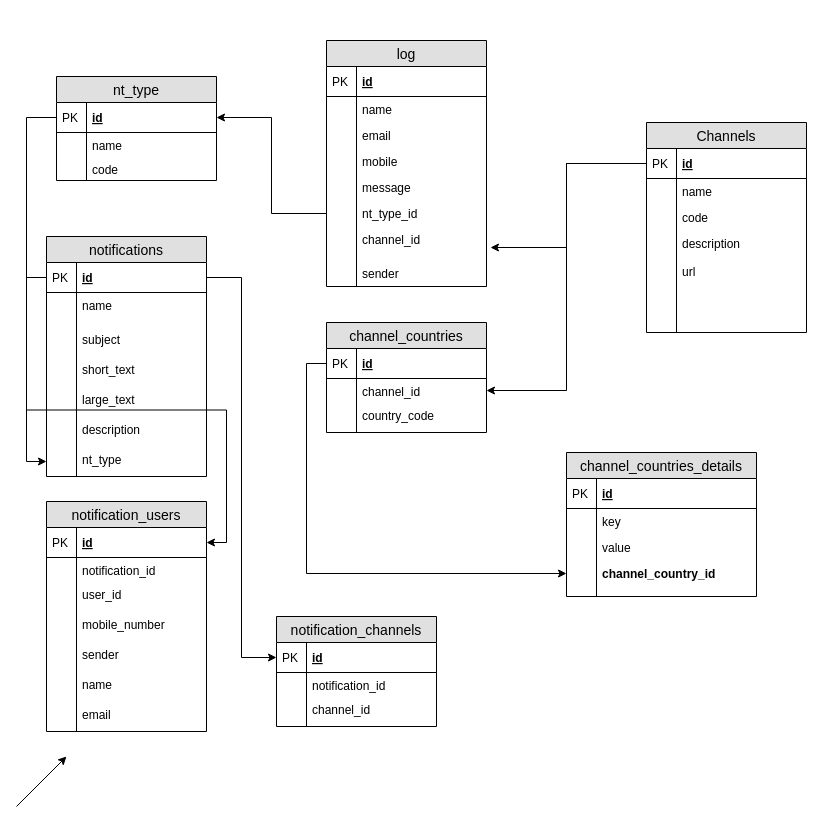
The draw.io diagram notification.drawio in abdonor/drawings, before the edit. Source tidied: cells renumbered, new cells numbered last; positions are measured from the earlier drawing's top-left corner, leaving out a move shared by most shapes. Both pictures are drawn from the tidied source at 100%, with x=0, y=0 at pixel (16, 40).
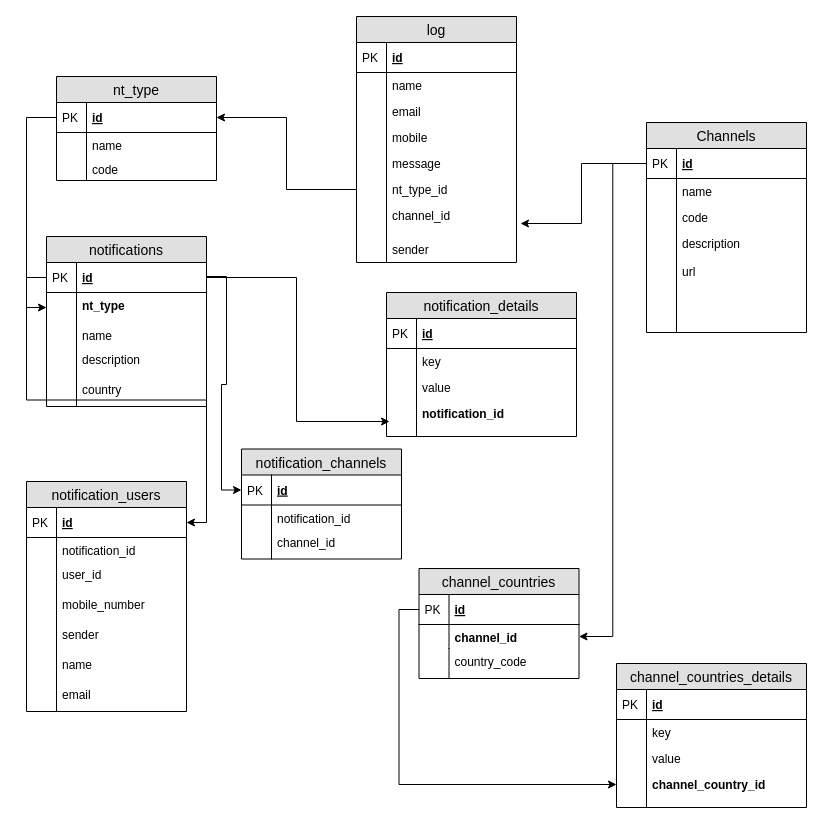
After the change.

The change refers to these unchanged cells:
```xml
<mxCell id="40" value="id" style="shape=partialRectangle;top=0;left=0;right=0;bottom=1;align=left;verticalAlign=middle;fillColor=none;spacingLeft=34;spacingRight=4;overflow=hidden;points=[[0,0.5],[1,0.5]];portConstraint=eastwest;fontStyle=5;fontSize=12;" parent="39" vertex="1">
  <mxGeometry y="26" width="160" height="30" as="geometry" />
</mxCell>
```

The edit, as a diff of the source:
```diff
@@
     <mxCell id="20" value="log" style="swimlane;fontStyle=0;horizontal=1;startSize=26;fillColor=#e0e0e0;swimlaneFillColor=#ffffff;align=center;fontSize=14;" parent="1" vertex="1">
-      <mxGeometry x="310" width="160" height="246" as="geometry" />
+      <mxGeometry x="340" y="-24" width="160" height="246" as="geometry" />
     </mxCell>
@@
     <mxCell id="39" value="notifications" style="swimlane;fontStyle=0;horizontal=1;startSize=26;fillColor=#e0e0e0;swimlaneFillColor=#ffffff;align=center;fontSize=14;" parent="1" vertex="1">
-      <mxGeometry x="30" y="196" width="160" height="240" as="geometry" />
+      <mxGeometry x="30" y="196" width="160" height="170" as="geometry" />
     </mxCell>
@@
+    <mxCell id="54" value="nt_type&#10;" style="shape=partialRectangle;top=0;left=0;right=0;bottom=0;align=left;verticalAlign=top;fillColor=none;spacingLeft=34;spacingRight=4;overflow=hidden;points=[[0,0.5],[1,0.5]];portConstraint=eastwest;fontSize=12;fontStyle=1;" parent="39" vertex="1">
+      <mxGeometry y="56" width="160" height="30" as="geometry" />
+    </mxCell>
+    <mxCell id="55" style="shape=partialRectangle;top=0;left=0;bottom=0;fillColor=none;align=left;verticalAlign=top;spacingLeft=4;spacingRight=4;overflow=hidden;fontSize=12;" parent="54" vertex="1">
+      <mxGeometry width="30" height="30" as="geometry" />
+    </mxCell>
     <mxCell id="42" value="name&#10;" style="shape=partialRectangle;top=0;left=0;right=0;bottom=0;align=left;verticalAlign=top;fillColor=none;spacingLeft=34;spacingRight=4;overflow=hidden;fontSize=12;" parent="39" vertex="1">
-      <mxGeometry y="56" width="160" height="24" as="geometry" />
+      <mxGeometry y="86" width="160" height="24" as="geometry" />
     </mxCell>
@@
+    <mxCell id="52" value="description&#10;" style="shape=partialRectangle;top=0;left=0;right=0;bottom=0;align=left;verticalAlign=top;fillColor=none;spacingLeft=34;spacingRight=4;overflow=hidden;fontSize=12;" parent="39" vertex="1">
+      <mxGeometry y="110" width="160" height="20" as="geometry" />
+    </mxCell>
+    <mxCell id="53" style="shape=partialRectangle;top=0;left=0;bottom=0;fillColor=none;align=left;verticalAlign=top;spacingLeft=4;spacingRight=4;overflow=hidden;fontSize=12;" parent="52" vertex="1">
+      <mxGeometry width="30" height="20" as="geometry" />
+    </mxCell>
     <mxCell id="44" style="shape=partialRectangle;top=0;left=0;right=0;bottom=0;align=left;verticalAlign=top;fillColor=none;spacingLeft=34;spacingRight=4;overflow=hidden;fontSize=12;" parent="39" vertex="1">
-      <mxGeometry y="80" width="160" height="10" as="geometry" />
+      <mxGeometry y="130" width="160" height="10" as="geometry" />
     </mxCell>
@@
-    <mxCell id="46" value="subject&#10;" style="shape=partialRectangle;top=0;left=0;right=0;bottom=0;align=left;verticalAlign=top;fillColor=none;spacingLeft=34;spacingRight=4;overflow=hidden;fontSize=12;" parent="39" vertex="1">
-      <mxGeometry y="90" width="160" height="30" as="geometry" />
-    </mxCell>
-    <mxCell id="47" style="shape=partialRectangle;top=0;left=0;bottom=0;fillColor=none;align=left;verticalAlign=top;spacingLeft=4;spacingRight=4;overflow=hidden;fontSize=12;" parent="46" vertex="1">
-      <mxGeometry width="30" height="30" as="geometry" />
-    </mxCell>
-    <mxCell id="48" value="short_text&#10;" style="shape=partialRectangle;top=0;left=0;right=0;bottom=0;align=left;verticalAlign=top;fillColor=none;spacingLeft=34;spacingRight=4;overflow=hidden;fontSize=12;" parent="39" vertex="1">
-      <mxGeometry y="120" width="160" height="30" as="geometry" />
-    </mxCell>
-    <mxCell id="49" style="shape=partialRectangle;top=0;left=0;bottom=0;fillColor=none;align=left;verticalAlign=top;spacingLeft=4;spacingRight=4;overflow=hidden;fontSize=12;" parent="48" vertex="1">
-      <mxGeometry width="30" height="30" as="geometry" />
-    </mxCell>
-    <mxCell id="50" value="large_text&#10;" style="shape=partialRectangle;top=0;left=0;right=0;bottom=0;align=left;verticalAlign=top;fillColor=none;spacingLeft=34;spacingRight=4;overflow=hidden;fontSize=12;" parent="39" vertex="1">
-      <mxGeometry y="150" width="160" height="30" as="geometry" />
-    </mxCell>
-    <mxCell id="51" style="shape=partialRectangle;top=0;left=0;bottom=0;fillColor=none;align=left;verticalAlign=top;spacingLeft=4;spacingRight=4;overflow=hidden;fontSize=12;" parent="50" vertex="1">
-      <mxGeometry width="30" height="30" as="geometry" />
-    </mxCell>
-    <mxCell id="52" value="description&#10;" style="shape=partialRectangle;top=0;left=0;right=0;bottom=0;align=left;verticalAlign=top;fillColor=none;spacingLeft=34;spacingRight=4;overflow=hidden;fontSize=12;" parent="39" vertex="1">
-      <mxGeometry y="180" width="160" height="30" as="geometry" />
-    </mxCell>
-    <mxCell id="53" style="shape=partialRectangle;top=0;left=0;bottom=0;fillColor=none;align=left;verticalAlign=top;spacingLeft=4;spacingRight=4;overflow=hidden;fontSize=12;" parent="52" vertex="1">
-      <mxGeometry width="30" height="30" as="geometry" />
-    </mxCell>
-    <mxCell id="54" value="nt_type&#10;" style="shape=partialRectangle;top=0;left=0;right=0;bottom=0;align=left;verticalAlign=top;fillColor=none;spacingLeft=34;spacingRight=4;overflow=hidden;points=[[0,0.5],[1,0.5]];portConstraint=eastwest;fontSize=12;" parent="39" vertex="1">
-      <mxGeometry y="210" width="160" height="30" as="geometry" />
-    </mxCell>
-    <mxCell id="55" style="shape=partialRectangle;top=0;left=0;bottom=0;fillColor=none;align=left;verticalAlign=top;spacingLeft=4;spacingRight=4;overflow=hidden;fontSize=12;" parent="54" vertex="1">
-      <mxGeometry width="30" height="30" as="geometry" />
-    </mxCell>
+    <mxCell id="104" value="country" style="shape=partialRectangle;top=0;left=0;right=0;bottom=0;align=left;verticalAlign=top;fillColor=none;spacingLeft=34;spacingRight=4;overflow=hidden;fontSize=12;" parent="39" vertex="1">
+      <mxGeometry y="140" width="160" height="30" as="geometry" />
+    </mxCell>
+    <mxCell id="105" style="shape=partialRectangle;top=0;left=0;bottom=0;fillColor=none;align=left;verticalAlign=top;spacingLeft=4;spacingRight=4;overflow=hidden;fontSize=12;" parent="104" vertex="1">
+      <mxGeometry width="30" height="30" as="geometry" />
+    </mxCell>
     <mxCell id="56" value="channel_countries" style="swimlane;fontStyle=0;horizontal=1;startSize=26;fillColor=#e0e0e0;swimlaneFillColor=#ffffff;align=center;fontSize=14;" parent="1" vertex="1">
-      <mxGeometry x="310" y="282" width="160" height="110" as="geometry" />
+      <mxGeometry x="402.5" y="528" width="160" height="110" as="geometry" />
     </mxCell>
@@
-    <mxCell id="59" value="channel_id&#10;" style="shape=partialRectangle;top=0;left=0;right=0;bottom=0;align=left;verticalAlign=top;fillColor=none;spacingLeft=34;spacingRight=4;overflow=hidden;points=[[0,0.5],[1,0.5]];portConstraint=eastwest;fontSize=12;" parent="56" vertex="1">
+    <mxCell id="59" value="channel_id&#10;" style="shape=partialRectangle;top=0;left=0;right=0;bottom=0;align=left;verticalAlign=top;fillColor=none;spacingLeft=34;spacingRight=4;overflow=hidden;points=[[0,0.5],[1,0.5]];portConstraint=eastwest;fontSize=12;fontStyle=1;" parent="56" vertex="1">
       <mxGeometry y="56" width="160" height="24" as="geometry" />
     </mxCell>
@@
-    <mxCell id="63" value="notification_channels" style="swimlane;fontStyle=0;horizontal=1;startSize=26;fillColor=#e0e0e0;swimlaneFillColor=#ffffff;align=center;fontSize=14;" parent="1" vertex="1">
-      <mxGeometry x="260" y="576" width="160" height="110" as="geometry" />
-    </mxCell>
-    <mxCell id="64" value="id" style="shape=partialRectangle;top=0;left=0;right=0;bottom=1;align=left;verticalAlign=middle;fillColor=none;spacingLeft=34;spacingRight=4;overflow=hidden;points=[[0,0.5],[1,0.5]];portConstraint=eastwest;fontStyle=5;fontSize=12;" parent="63" vertex="1">
-      <mxGeometry y="26" width="160" height="30" as="geometry" />
-    </mxCell>
-    <mxCell id="65" value="PK" style="shape=partialRectangle;top=0;left=0;bottom=0;fillColor=none;align=left;verticalAlign=middle;spacingLeft=4;spacingRight=4;overflow=hidden;fontSize=12;" parent="64" vertex="1">
-      <mxGeometry width="30" height="30" as="geometry" />
-    </mxCell>
-    <mxCell id="66" value="notification_id&#10;" style="shape=partialRectangle;top=0;left=0;right=0;bottom=0;align=left;verticalAlign=top;fillColor=none;spacingLeft=34;spacingRight=4;overflow=hidden;fontSize=12;" parent="63" vertex="1">
-      <mxGeometry y="56" width="160" height="24" as="geometry" />
-    </mxCell>
-    <mxCell id="67" style="shape=partialRectangle;top=0;left=0;bottom=0;fillColor=none;align=left;verticalAlign=top;spacingLeft=4;spacingRight=4;overflow=hidden;fontSize=12;" parent="66" vertex="1">
-      <mxGeometry width="30" height="24" as="geometry" />
-    </mxCell>
-    <mxCell id="68" value="channel_id" style="shape=partialRectangle;top=0;left=0;right=0;bottom=0;align=left;verticalAlign=top;fillColor=none;spacingLeft=34;spacingRight=4;overflow=hidden;fontSize=12;" parent="63" vertex="1">
-      <mxGeometry y="80" width="160" height="30" as="geometry" />
-    </mxCell>
-    <mxCell id="69" style="shape=partialRectangle;top=0;left=0;bottom=0;fillColor=none;align=left;verticalAlign=top;spacingLeft=4;spacingRight=4;overflow=hidden;fontSize=12;" parent="68" vertex="1">
-      <mxGeometry width="30" height="30" as="geometry" />
-    </mxCell>
     <mxCell id="70" value="notification_users" style="swimlane;fontStyle=0;horizontal=1;startSize=26;fillColor=#e0e0e0;swimlaneFillColor=#ffffff;align=center;fontSize=14;" parent="1" vertex="1">
-      <mxGeometry x="30" y="461" width="160" height="230" as="geometry" />
+      <mxGeometry x="10" y="441" width="160" height="230" as="geometry" />
     </mxCell>
@@
     <mxCell id="90" style="edgeStyle=orthogonalEdgeStyle;rounded=0;jettySize=auto;html=1;exitX=1;exitY=0.5;exitDx=0;exitDy=0;entryX=0;entryY=0.5;entryDx=0;entryDy=0;" parent="1" edge="1" source="40" target="64">
-      <mxGeometry relative="1" as="geometry" />
+      <mxGeometry relative="1" as="geometry">
+        <Array as="points">
+          <mxPoint x="210" y="236" />
+          <mxPoint x="210" y="344" />
+          <mxPoint x="205" y="344" />
+          <mxPoint x="205" y="449" />
+        </Array>
+      </mxGeometry>
     </mxCell>
     <mxCell id="91" value="channel_countries_details" style="swimlane;fontStyle=0;horizontal=1;startSize=26;fillColor=#e0e0e0;swimlaneFillColor=#ffffff;align=center;fontSize=14;" parent="1" vertex="1">
-      <mxGeometry x="550" y="412" width="190" height="144" as="geometry" />
+      <mxGeometry x="600" y="623" width="190" height="144" as="geometry" />
     </mxCell>
@@
-    <mxCell id="102" style="endArrow=classic;html=1;" parent="1" edge="1">
-      <mxGeometry relative="1" as="geometry">
-        <mxPoint y="766" as="sourcePoint" />
-        <mxPoint x="50" y="716" as="targetPoint" />
-      </mxGeometry>
-    </mxCell>
@@
+    <mxCell id="106" value="notification_details" style="swimlane;fontStyle=0;horizontal=1;startSize=26;fillColor=#e0e0e0;swimlaneFillColor=#ffffff;align=center;fontSize=14;" parent="1" vertex="1">
+      <mxGeometry x="370" y="252" width="190" height="144" as="geometry" />
+    </mxCell>
+    <mxCell id="107" value="id" style="shape=partialRectangle;top=0;left=0;right=0;bottom=1;align=left;verticalAlign=middle;fillColor=none;spacingLeft=34;spacingRight=4;overflow=hidden;fontStyle=5;fontSize=12;" parent="106" vertex="1">
+      <mxGeometry y="26" width="190" height="30" as="geometry" />
+    </mxCell>
+    <mxCell id="108" value="PK" style="shape=partialRectangle;top=0;left=0;bottom=0;fillColor=none;align=left;verticalAlign=middle;spacingLeft=4;spacingRight=4;overflow=hidden;fontSize=12;" parent="107" vertex="1">
+      <mxGeometry width="30" height="30" as="geometry" />
+    </mxCell>
+    <mxCell id="109" value="key" style="shape=partialRectangle;top=0;left=0;right=0;bottom=0;align=left;verticalAlign=top;fillColor=none;spacingLeft=34;spacingRight=4;overflow=hidden;fontSize=12;" parent="106" vertex="1">
+      <mxGeometry y="56" width="190" height="26" as="geometry" />
+    </mxCell>
+    <mxCell id="110" style="shape=partialRectangle;top=0;left=0;bottom=0;fillColor=none;align=left;verticalAlign=top;spacingLeft=4;spacingRight=4;overflow=hidden;fontSize=12;" parent="109" vertex="1">
+      <mxGeometry width="30" height="26" as="geometry" />
+    </mxCell>
+    <mxCell id="111" value="value" style="shape=partialRectangle;top=0;left=0;right=0;bottom=0;align=left;verticalAlign=top;fillColor=none;spacingLeft=34;spacingRight=4;overflow=hidden;fontSize=12;" parent="106" vertex="1">
+      <mxGeometry y="82" width="190" height="26" as="geometry" />
+    </mxCell>
+    <mxCell id="112" style="shape=partialRectangle;top=0;left=0;bottom=0;fillColor=none;align=left;verticalAlign=top;spacingLeft=4;spacingRight=4;overflow=hidden;fontSize=12;" parent="111" vertex="1">
+      <mxGeometry width="30" height="26" as="geometry" />
+    </mxCell>
+    <mxCell id="113" value="notification_id" style="shape=partialRectangle;top=0;left=0;right=0;bottom=0;align=left;verticalAlign=top;fillColor=none;spacingLeft=34;spacingRight=4;overflow=hidden;fontSize=12;fontStyle=1;" parent="106" vertex="1">
+      <mxGeometry y="108" width="190" height="26" as="geometry" />
+    </mxCell>
+    <mxCell id="114" style="shape=partialRectangle;top=0;left=0;bottom=0;fillColor=none;align=left;verticalAlign=top;spacingLeft=4;spacingRight=4;overflow=hidden;fontSize=12;" parent="113" vertex="1">
+      <mxGeometry width="30" height="26" as="geometry" />
+    </mxCell>
+    <mxCell id="115" style="shape=partialRectangle;top=0;left=0;right=0;bottom=0;align=left;verticalAlign=top;fillColor=none;spacingLeft=34;spacingRight=4;overflow=hidden;points=[[0,0.5],[1,0.5]];portConstraint=eastwest;fontSize=12;" parent="106" vertex="1">
+      <mxGeometry y="134" width="190" height="10" as="geometry" />
+    </mxCell>
+    <mxCell id="116" style="shape=partialRectangle;top=0;left=0;bottom=0;fillColor=none;align=left;verticalAlign=top;spacingLeft=4;spacingRight=4;overflow=hidden;fontSize=12;" parent="115" vertex="1">
+      <mxGeometry width="30" height="10" as="geometry" />
+    </mxCell>
+    <mxCell id="117" style="edgeStyle=orthogonalEdgeStyle;rounded=0;jettySize=auto;html=1;entryX=0.016;entryY=-0.5;entryDx=0;entryDy=0;entryPerimeter=0;" parent="1" edge="1" source="40" target="115">
+      <mxGeometry relative="1" as="geometry" />
+    </mxCell>
+    <mxCell id="63" value="notification_channels" style="swimlane;fontStyle=0;horizontal=1;startSize=26;fillColor=#e0e0e0;swimlaneFillColor=#ffffff;align=center;fontSize=14;" parent="1" vertex="1">
+      <mxGeometry x="225" y="408.5" width="160" height="110" as="geometry" />
+    </mxCell>
+    <mxCell id="64" value="id" style="shape=partialRectangle;top=0;left=0;right=0;bottom=1;align=left;verticalAlign=middle;fillColor=none;spacingLeft=34;spacingRight=4;overflow=hidden;points=[[0,0.5],[1,0.5]];portConstraint=eastwest;fontStyle=5;fontSize=12;" parent="63" vertex="1">
+      <mxGeometry y="26" width="160" height="30" as="geometry" />
+    </mxCell>
+    <mxCell id="65" value="PK" style="shape=partialRectangle;top=0;left=0;bottom=0;fillColor=none;align=left;verticalAlign=middle;spacingLeft=4;spacingRight=4;overflow=hidden;fontSize=12;" parent="64" vertex="1">
+      <mxGeometry width="30" height="30" as="geometry" />
+    </mxCell>
+    <mxCell id="66" value="notification_id&#10;" style="shape=partialRectangle;top=0;left=0;right=0;bottom=0;align=left;verticalAlign=top;fillColor=none;spacingLeft=34;spacingRight=4;overflow=hidden;fontSize=12;" parent="63" vertex="1">
+      <mxGeometry y="56" width="160" height="24" as="geometry" />
+    </mxCell>
+    <mxCell id="67" style="shape=partialRectangle;top=0;left=0;bottom=0;fillColor=none;align=left;verticalAlign=top;spacingLeft=4;spacingRight=4;overflow=hidden;fontSize=12;" parent="66" vertex="1">
+      <mxGeometry width="30" height="24" as="geometry" />
+    </mxCell>
+    <mxCell id="68" value="channel_id" style="shape=partialRectangle;top=0;left=0;right=0;bottom=0;align=left;verticalAlign=top;fillColor=none;spacingLeft=34;spacingRight=4;overflow=hidden;fontSize=12;" parent="63" vertex="1">
+      <mxGeometry y="80" width="160" height="30" as="geometry" />
+    </mxCell>
+    <mxCell id="69" style="shape=partialRectangle;top=0;left=0;bottom=0;fillColor=none;align=left;verticalAlign=top;spacingLeft=4;spacingRight=4;overflow=hidden;fontSize=12;" parent="68" vertex="1">
+      <mxGeometry width="30" height="30" as="geometry" />
+    </mxCell>
```
